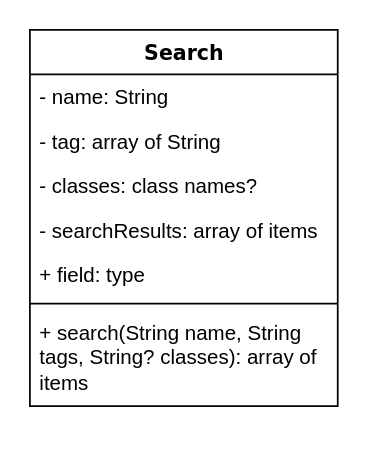
Before: Search.drawio in domzerchi/csci-1082-final, a draw.io diagram. Source tidied: cells renumbered, new cells numbered last; positions are measured from the earlier drawing's top-left corner, leaving out a move shared by most shapes. Both pictures are drawn from the tidied source at 171%, with x=0, y=0 at pixel (29, 29).
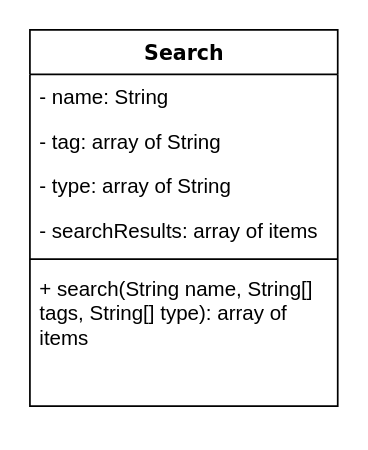
The same diagram, later.

Diff of the diagram source:
```diff
@@
 <mxGraphModel background="#ffffff">
   <root>
     <mxCell id="0" />
     <mxCell id="1" parent="0" />
+    <mxCell id="10" style="edgeStyle=orthogonalEdgeStyle;rounded=0;jettySize=auto;html=1;exitX=0.5;exitY=1;exitDx=0;exitDy=0;" parent="1" edge="1" source="2">
+      <mxGeometry relative="1" as="geometry">
+        <mxPoint x="90" y="210" as="targetPoint" />
+      </mxGeometry>
+    </mxCell>
     <mxCell id="2" value="Search" style="swimlane;html=1;fontStyle=1;align=center;verticalAlign=top;horizontal=1;startSize=26;swimlaneFillColor=#ffffff;rounded=0;shadow=0;comic=0;labelBackgroundColor=none;strokeColor=#000000;strokeWidth=1;fillColor=none;fontFamily=Verdana;fontSize=12;fontColor=#000000;" parent="1" vertex="1">
       <mxGeometry width="180" height="220" as="geometry" />
     </mxCell>
     <mxCell id="3" value="- name: String" style="text;html=1;strokeColor=none;fillColor=none;align=left;verticalAlign=top;spacingLeft=4;spacingRight=4;whiteSpace=wrap;overflow=hidden;" parent="2" vertex="1">
       <mxGeometry y="26" width="180" height="26" as="geometry" />
     </mxCell>
     <mxCell id="4" value="- tag: array of String" style="text;html=1;strokeColor=none;fillColor=none;align=left;verticalAlign=top;spacingLeft=4;spacingRight=4;whiteSpace=wrap;overflow=hidden;" parent="2" vertex="1">
       <mxGeometry y="52" width="180" height="26" as="geometry" />
     </mxCell>
-    <mxCell id="5" value="- classes: class names?" style="text;html=1;strokeColor=none;fillColor=none;align=left;verticalAlign=top;spacingLeft=4;spacingRight=4;whiteSpace=wrap;overflow=hidden;" parent="2" vertex="1">
+    <mxCell id="5" value="&lt;div&gt;- type: array of String&lt;/div&gt;&lt;div&gt;&lt;br&gt;&lt;/div&gt;&lt;div&gt;&lt;br&gt;&lt;/div&gt;" style="text;html=1;strokeColor=none;fillColor=none;align=left;verticalAlign=top;spacingLeft=4;spacingRight=4;whiteSpace=wrap;overflow=hidden;" parent="2" vertex="1">
       <mxGeometry y="78" width="180" height="26" as="geometry" />
     </mxCell>
     <mxCell id="6" value="- searchResults: array of items" style="text;html=1;strokeColor=none;fillColor=none;align=left;verticalAlign=top;spacingLeft=4;spacingRight=4;whiteSpace=wrap;overflow=hidden;" parent="2" vertex="1">
       <mxGeometry y="104" width="180" height="26" as="geometry" />
     </mxCell>
-    <mxCell id="7" value="+ field: type" style="text;html=1;strokeColor=none;fillColor=none;align=left;verticalAlign=top;spacingLeft=4;spacingRight=4;whiteSpace=wrap;overflow=hidden;" parent="2" vertex="1">
-      <mxGeometry y="130" width="180" height="26" as="geometry" />
-    </mxCell>
     <mxCell id="8" style="line;html=1;strokeWidth=1;fillColor=none;align=left;verticalAlign=middle;spacingTop=-1;spacingLeft=3;spacingRight=3;labelPosition=right;" parent="2" vertex="1">
-      <mxGeometry y="156" width="180" height="8" as="geometry" />
+      <mxGeometry y="130" width="180" height="8" as="geometry" />
     </mxCell>
-    <mxCell id="9" value="&lt;div&gt;+ search(String name, String tags, String? classes): array of items&lt;/div&gt;&lt;div&gt;&lt;br&gt;&lt;/div&gt;" style="text;html=1;strokeColor=none;fillColor=none;align=left;verticalAlign=top;spacingLeft=4;spacingRight=4;whiteSpace=wrap;overflow=hidden;" parent="2" vertex="1">
-      <mxGeometry y="164" width="180" height="50" as="geometry" />
+    <mxCell id="9" value="&lt;div&gt;+ search(String name, String[] tags, String[] type): array of items&lt;/div&gt;&lt;div&gt;&lt;br&gt;&lt;/div&gt;" style="text;html=1;strokeColor=none;fillColor=none;align=left;verticalAlign=top;spacingLeft=4;spacingRight=4;whiteSpace=wrap;overflow=hidden;" parent="2" vertex="1">
+      <mxGeometry y="138" width="180" height="48" as="geometry" />
     </mxCell>
   </root>
 </mxGraphModel>
```
